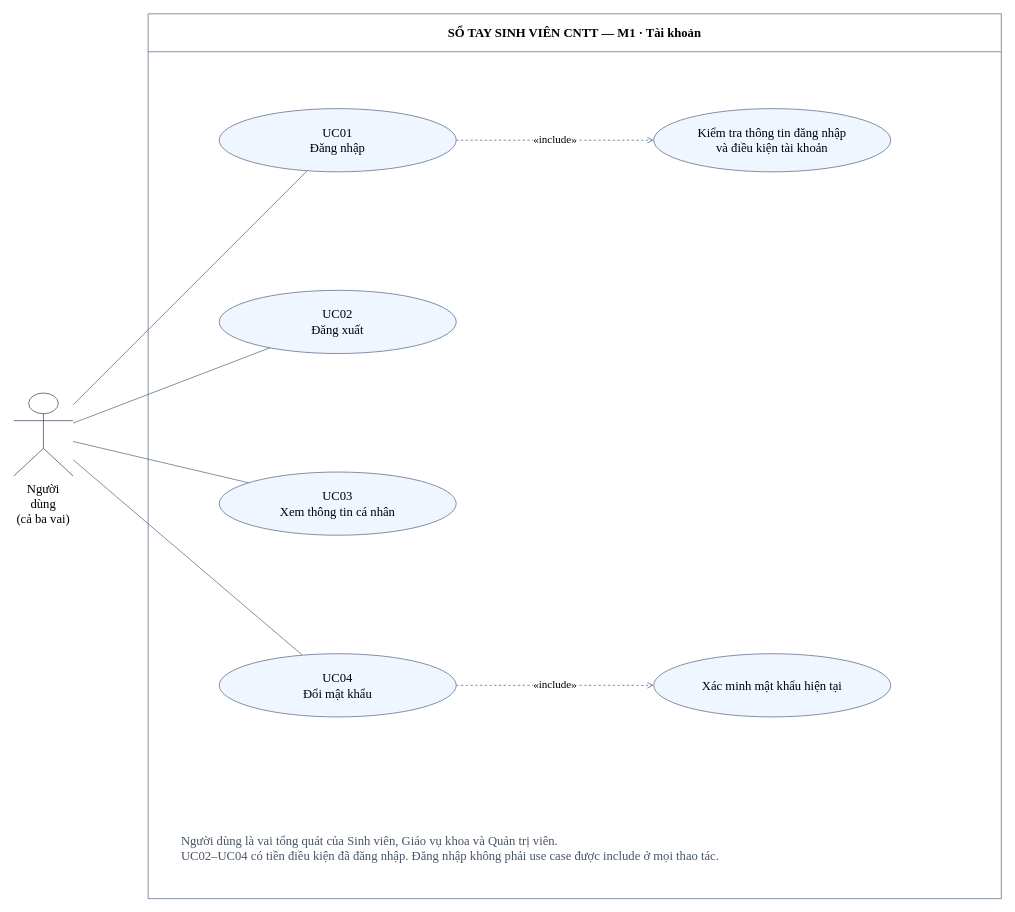
Before: page "M1 · Tài khoản" (2 of 79) of docs/diagrams/so-do-he-thong.drawio in hominhduc-dev/So-Tay-Sinh-Vien-CNTT-DAU, a draw.io diagram. Source tidied: cells renumbered, new cells numbered last; positions are measured from the earlier drawing's top-left corner, leaving out a move shared by most shapes. Both pictures are drawn from the tidied source at 79%, with x=0, y=0 at pixel (13, 13).
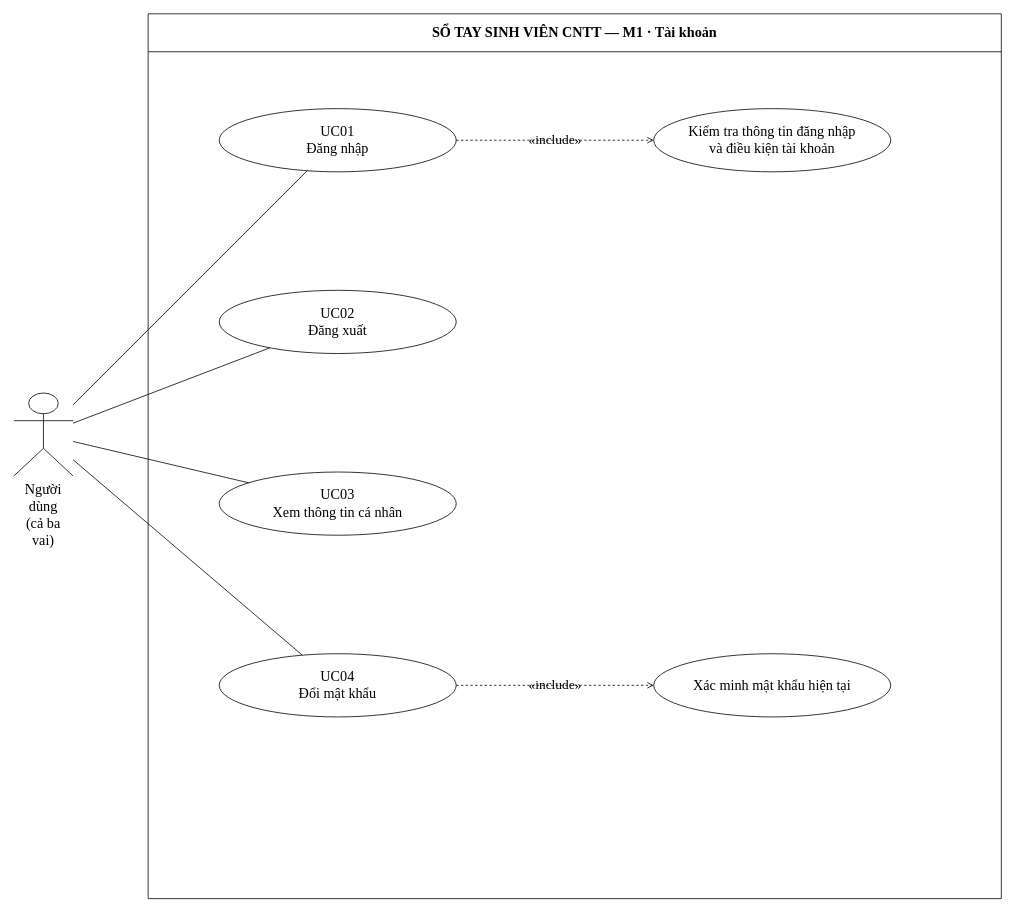
The same page after the edit.

The edit, as a diff of the source:
```diff
@@
 <mxGraphModel>
   <root>
     <mxCell id="0" />
     <mxCell id="1" parent="0" />
-    <mxCell id="2" value="SỔ TAY SINH VIÊN CNTT — M1 · Tài khoản" style="swimlane;startSize=48;fillColor=#ffffff;swimlaneFillColor=#ffffff;strokeColor=#64748b;fontStyle=1;html=1;whiteSpace=wrap;fontFamily=Times New Roman;fontSize=16;" parent="1" vertex="1">
+    <mxCell id="2" value="SỔ TAY SINH VIÊN CNTT — M1 · Tài khoản" style="swimlane;startSize=48;fillColor=none;swimlaneFillColor=none;strokeColor=#000000;fontStyle=1;html=1;whiteSpace=wrap;fontFamily=Times New Roman;fontSize=18;fontColor=#000000;" parent="1" vertex="1">
       <mxGeometry x="170" width="1080" height="1120" as="geometry" />
     </mxCell>
-    <mxCell id="3" value="Người dùng&lt;br&gt;(cả ba vai)" style="shape=umlActor;verticalLabelPosition=bottom;verticalAlign=top;fillColor=#ffffff;strokeColor=#475569;html=1;whiteSpace=wrap;fontFamily=Times New Roman;fontSize=16;" parent="1" vertex="1">
+    <mxCell id="3" value="Người dùng&lt;br&gt;(cả ba vai)" style="shape=umlActor;verticalLabelPosition=bottom;verticalAlign=top;fillColor=none;strokeColor=#000000;html=1;whiteSpace=wrap;fontFamily=Times New Roman;fontSize=18;fontColor=#000000;" parent="1" vertex="1">
       <mxGeometry y="480" width="75" height="105" as="geometry" />
     </mxCell>
-    <mxCell id="4" value="UC01&lt;br&gt;Đăng nhập" style="ellipse;fillColor=#eff6ff;strokeColor=#64748b;html=1;whiteSpace=wrap;fontFamily=Times New Roman;fontSize=16;" parent="1" vertex="1">
+    <mxCell id="4" value="UC01&lt;br&gt;Đăng nhập" style="ellipse;fillColor=none;strokeColor=#000000;html=1;whiteSpace=wrap;fontFamily=Times New Roman;fontSize=18;fontColor=#000000;" parent="1" vertex="1">
       <mxGeometry x="260" y="120" width="300" height="80" as="geometry" />
     </mxCell>
-    <mxCell id="5" style="html=1;endArrow=none;endFill=0;dashed=0;strokeColor=#64748b;fontFamily=Times New Roman;fontSize=14;labelBackgroundColor=#ffffff;" parent="1" edge="1" source="3" target="4">
+    <mxCell id="5" style="html=1;endArrow=none;endFill=0;dashed=0;strokeColor=#000000;fontFamily=Times New Roman;fontSize=14;labelBackgroundColor=none;fontColor=#000000;" parent="1" edge="1" source="3" target="4">
       <mxGeometry relative="1" as="geometry" />
     </mxCell>
-    <mxCell id="6" value="Kiểm tra thông tin đăng nhập&lt;br&gt;và điều kiện tài khoản" style="ellipse;fillColor=#eff6ff;strokeColor=#64748b;html=1;whiteSpace=wrap;fontFamily=Times New Roman;fontSize=16;" parent="1" vertex="1">
+    <mxCell id="6" value="Kiểm tra thông tin đăng nhập&lt;br&gt;và điều kiện tài khoản" style="ellipse;fillColor=none;strokeColor=#000000;html=1;whiteSpace=wrap;fontFamily=Times New Roman;fontSize=18;fontColor=#000000;" parent="1" vertex="1">
       <mxGeometry x="810" y="120" width="300" height="80" as="geometry" />
     </mxCell>
-    <mxCell id="7" value="«include»" style="html=1;endArrow=open;endFill=0;dashed=1;strokeColor=#64748b;fontFamily=Times New Roman;fontSize=14;labelBackgroundColor=#ffffff;" parent="1" edge="1" source="4" target="6">
+    <mxCell id="7" value="«include»" style="html=1;endArrow=open;endFill=0;dashed=1;strokeColor=#000000;fontFamily=Times New Roman;fontSize=17;labelBackgroundColor=none;fontColor=#000000;" parent="1" edge="1" source="4" target="6">
       <mxGeometry relative="1" as="geometry" />
     </mxCell>
-    <mxCell id="8" value="UC02&lt;br&gt;Đăng xuất" style="ellipse;fillColor=#eff6ff;strokeColor=#64748b;html=1;whiteSpace=wrap;fontFamily=Times New Roman;fontSize=16;" parent="1" vertex="1">
+    <mxCell id="8" value="UC02&lt;br&gt;Đăng xuất" style="ellipse;fillColor=none;strokeColor=#000000;html=1;whiteSpace=wrap;fontFamily=Times New Roman;fontSize=18;fontColor=#000000;" parent="1" vertex="1">
       <mxGeometry x="260" y="350" width="300" height="80" as="geometry" />
     </mxCell>
-    <mxCell id="9" style="html=1;endArrow=none;endFill=0;dashed=0;strokeColor=#64748b;fontFamily=Times New Roman;fontSize=14;labelBackgroundColor=#ffffff;" parent="1" edge="1" source="3" target="8">
+    <mxCell id="9" style="html=1;endArrow=none;endFill=0;dashed=0;strokeColor=#000000;fontFamily=Times New Roman;fontSize=14;labelBackgroundColor=none;fontColor=#000000;" parent="1" edge="1" source="3" target="8">
       <mxGeometry relative="1" as="geometry" />
     </mxCell>
-    <mxCell id="10" value="UC03&lt;br&gt;Xem thông tin cá nhân" style="ellipse;fillColor=#eff6ff;strokeColor=#64748b;html=1;whiteSpace=wrap;fontFamily=Times New Roman;fontSize=16;" parent="1" vertex="1">
+    <mxCell id="10" value="UC03&lt;br&gt;Xem thông tin cá nhân" style="ellipse;fillColor=none;strokeColor=#000000;html=1;whiteSpace=wrap;fontFamily=Times New Roman;fontSize=18;fontColor=#000000;" parent="1" vertex="1">
       <mxGeometry x="260" y="580" width="300" height="80" as="geometry" />
     </mxCell>
-    <mxCell id="11" style="html=1;endArrow=none;endFill=0;dashed=0;strokeColor=#64748b;fontFamily=Times New Roman;fontSize=14;labelBackgroundColor=#ffffff;" parent="1" edge="1" source="3" target="10">
+    <mxCell id="11" style="html=1;endArrow=none;endFill=0;dashed=0;strokeColor=#000000;fontFamily=Times New Roman;fontSize=14;labelBackgroundColor=none;fontColor=#000000;" parent="1" edge="1" source="3" target="10">
       <mxGeometry relative="1" as="geometry" />
     </mxCell>
-    <mxCell id="12" value="UC04&lt;br&gt;Đổi mật khẩu" style="ellipse;fillColor=#eff6ff;strokeColor=#64748b;html=1;whiteSpace=wrap;fontFamily=Times New Roman;fontSize=16;" parent="1" vertex="1">
+    <mxCell id="12" value="UC04&lt;br&gt;Đổi mật khẩu" style="ellipse;fillColor=none;strokeColor=#000000;html=1;whiteSpace=wrap;fontFamily=Times New Roman;fontSize=18;fontColor=#000000;" parent="1" vertex="1">
       <mxGeometry x="260" y="810" width="300" height="80" as="geometry" />
     </mxCell>
-    <mxCell id="13" style="html=1;endArrow=none;endFill=0;dashed=0;strokeColor=#64748b;fontFamily=Times New Roman;fontSize=14;labelBackgroundColor=#ffffff;" parent="1" edge="1" source="3" target="12">
+    <mxCell id="13" style="html=1;endArrow=none;endFill=0;dashed=0;strokeColor=#000000;fontFamily=Times New Roman;fontSize=14;labelBackgroundColor=none;fontColor=#000000;" parent="1" edge="1" source="3" target="12">
       <mxGeometry relative="1" as="geometry" />
     </mxCell>
-    <mxCell id="14" value="Xác minh mật khẩu hiện tại" style="ellipse;fillColor=#eff6ff;strokeColor=#64748b;html=1;whiteSpace=wrap;fontFamily=Times New Roman;fontSize=16;" parent="1" vertex="1">
+    <mxCell id="14" value="Xác minh mật khẩu hiện tại" style="ellipse;fillColor=none;strokeColor=#000000;html=1;whiteSpace=wrap;fontFamily=Times New Roman;fontSize=18;fontColor=#000000;" parent="1" vertex="1">
       <mxGeometry x="810" y="810" width="300" height="80" as="geometry" />
     </mxCell>
-    <mxCell id="15" value="«include»" style="html=1;endArrow=open;endFill=0;dashed=1;strokeColor=#64748b;fontFamily=Times New Roman;fontSize=14;labelBackgroundColor=#ffffff;" parent="1" edge="1" source="12" target="14">
+    <mxCell id="15" value="«include»" style="html=1;endArrow=open;endFill=0;dashed=1;strokeColor=#000000;fontFamily=Times New Roman;fontSize=17;labelBackgroundColor=none;fontColor=#000000;" parent="1" edge="1" source="12" target="14">
       <mxGeometry relative="1" as="geometry" />
     </mxCell>
-    <mxCell id="16" value="Người dùng là vai tổng quát của Sinh viên, Giáo vụ khoa và Quản trị viên.&lt;br&gt;UC02–UC04 có tiền điều kiện đã đăng nhập. Đăng nhập không phải use case được include ở mọi thao tác." style="text;align=left;verticalAlign=top;fontColor=#475569;html=1;whiteSpace=wrap;fontFamily=Times New Roman;fontSize=16;" parent="1" vertex="1">
-      <mxGeometry x="210" y="1030" width="1000" height="70" as="geometry" />
-    </mxCell>
   </root>
 </mxGraphModel>
```
